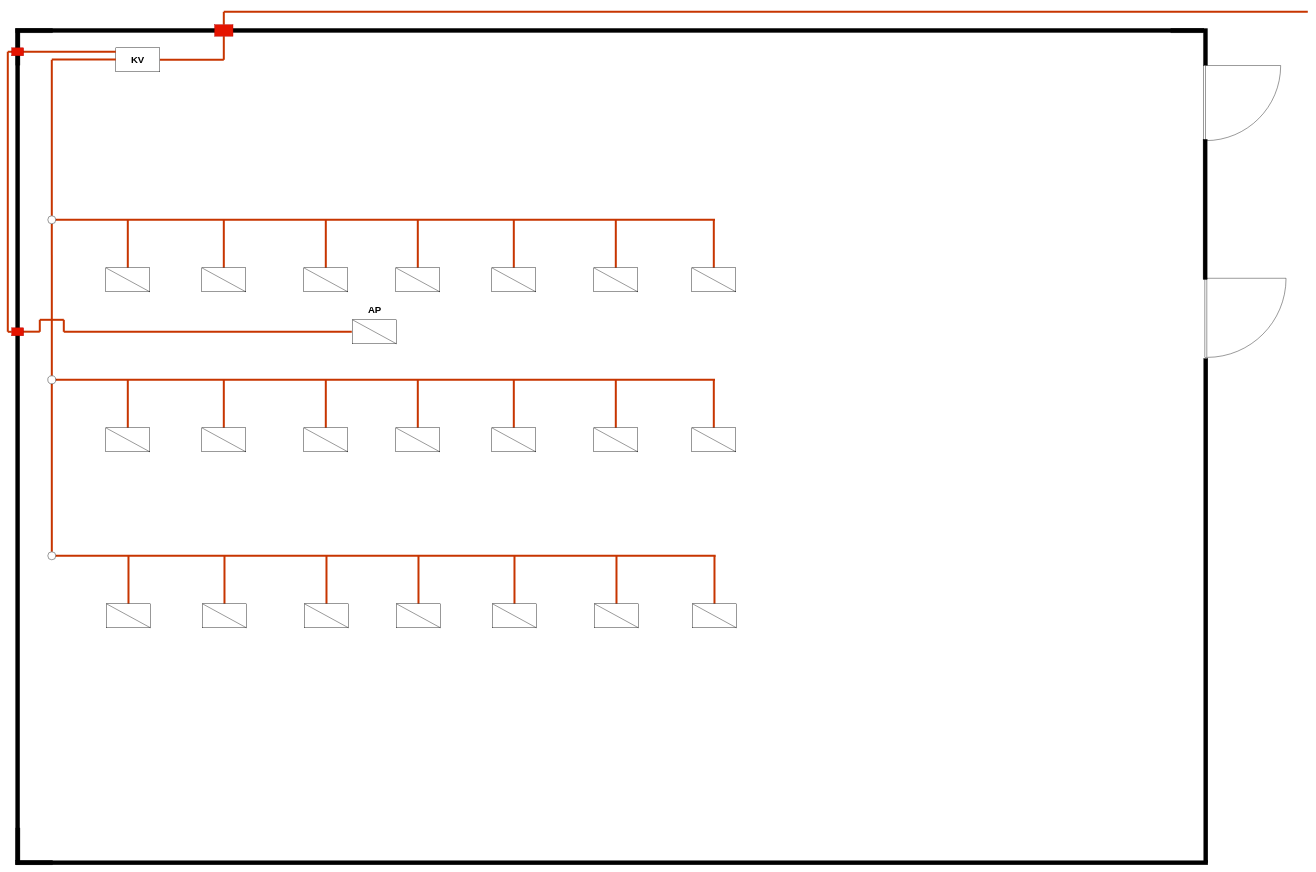
This is Vaja X3.drawio from Pino-Tortellino/Implementation-Schemes, a draw.io file, before an edit. Source tidied: cells renumbered, new cells numbered last; positions are measured from the earlier drawing's top-left corner, leaving out a move shared by most shapes. Both pictures are drawn from the tidied source at 40%, with x=0, y=0 at pixel (-400, 12).
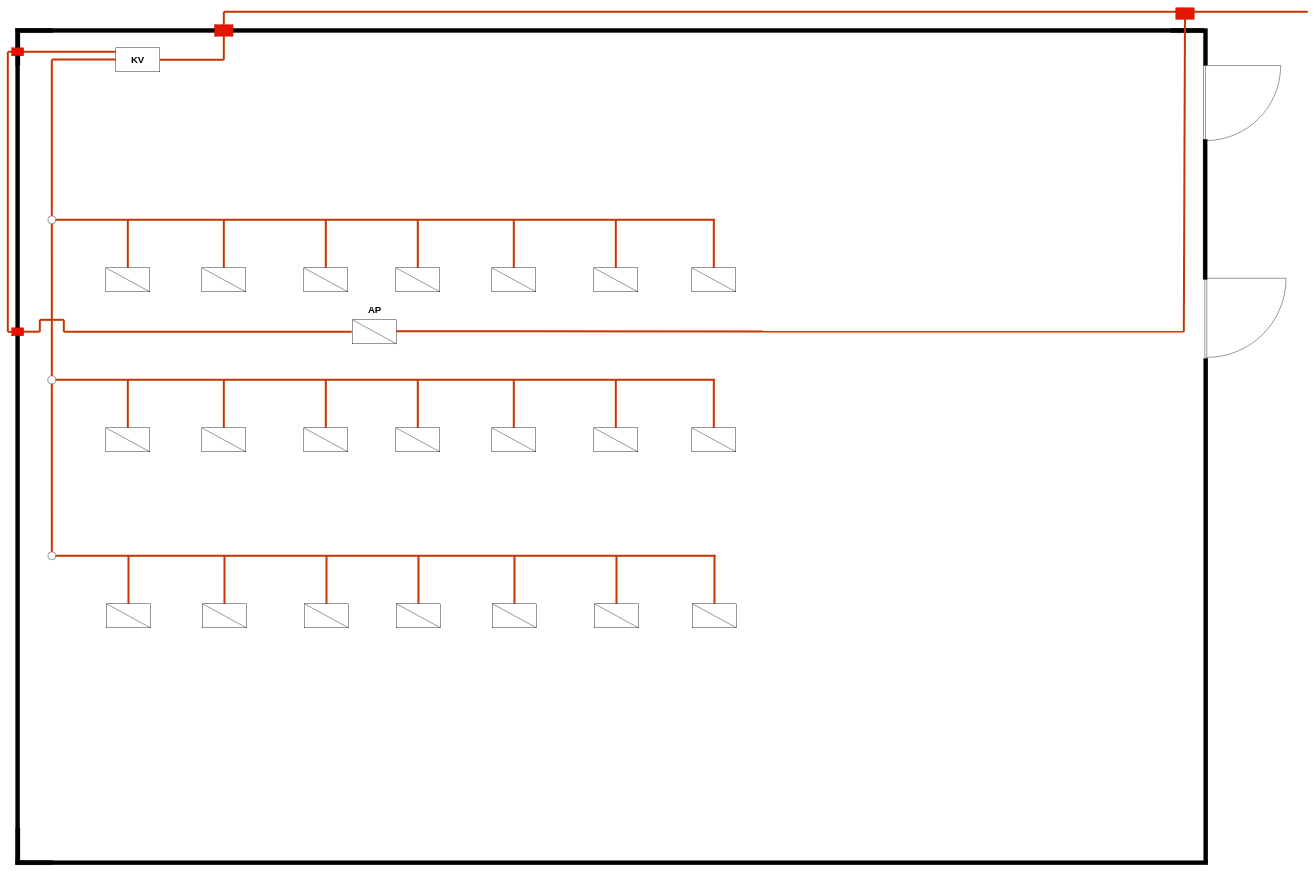
After the change.

Diff of the diagram source:
```diff
@@
+    <mxCell id="106" style="endArrow=none;html=1;rounded=0;strokeWidth=5;fillColor=#fa6800;strokeColor=light-dark(#C73500,#FF9A03);" parent="1" edge="1">
+      <mxGeometry relative="1" as="geometry">
+        <mxPoint x="1990.7" y="798.9" as="sourcePoint" />
+        <mxPoint x="3959" y="799" as="targetPoint" />
+      </mxGeometry>
+    </mxCell>
+    <mxCell id="107" style="endArrow=none;html=1;rounded=0;strokeWidth=5;fillColor=#fa6800;strokeColor=light-dark(#C73500,#FF9A03);" parent="1" edge="1" source="109">
+      <mxGeometry relative="1" as="geometry">
+        <mxPoint x="3959" as="targetPoint" />
+      </mxGeometry>
+    </mxCell>
+    <mxCell id="108" style="endArrow=none;html=1;rounded=0;strokeWidth=5;fillColor=#fa6800;strokeColor=light-dark(#C73500,#FF9A03);" parent="1" edge="1" target="109">
+      <mxGeometry relative="1" as="geometry">
+        <mxPoint x="3959" y="800" as="sourcePoint" />
+      </mxGeometry>
+    </mxCell>
+    <mxCell id="109" style="rounded=0;whiteSpace=wrap;html=1;fillColor=light-dark(#E51400,#FF0000);fontColor=#ffffff;strokeColor=light-dark(#B20000,#FF0010);" parent="1" vertex="1">
+      <mxGeometry x="3939" y="-10" width="46" height="28.8" as="geometry" />
+    </mxCell>
```
